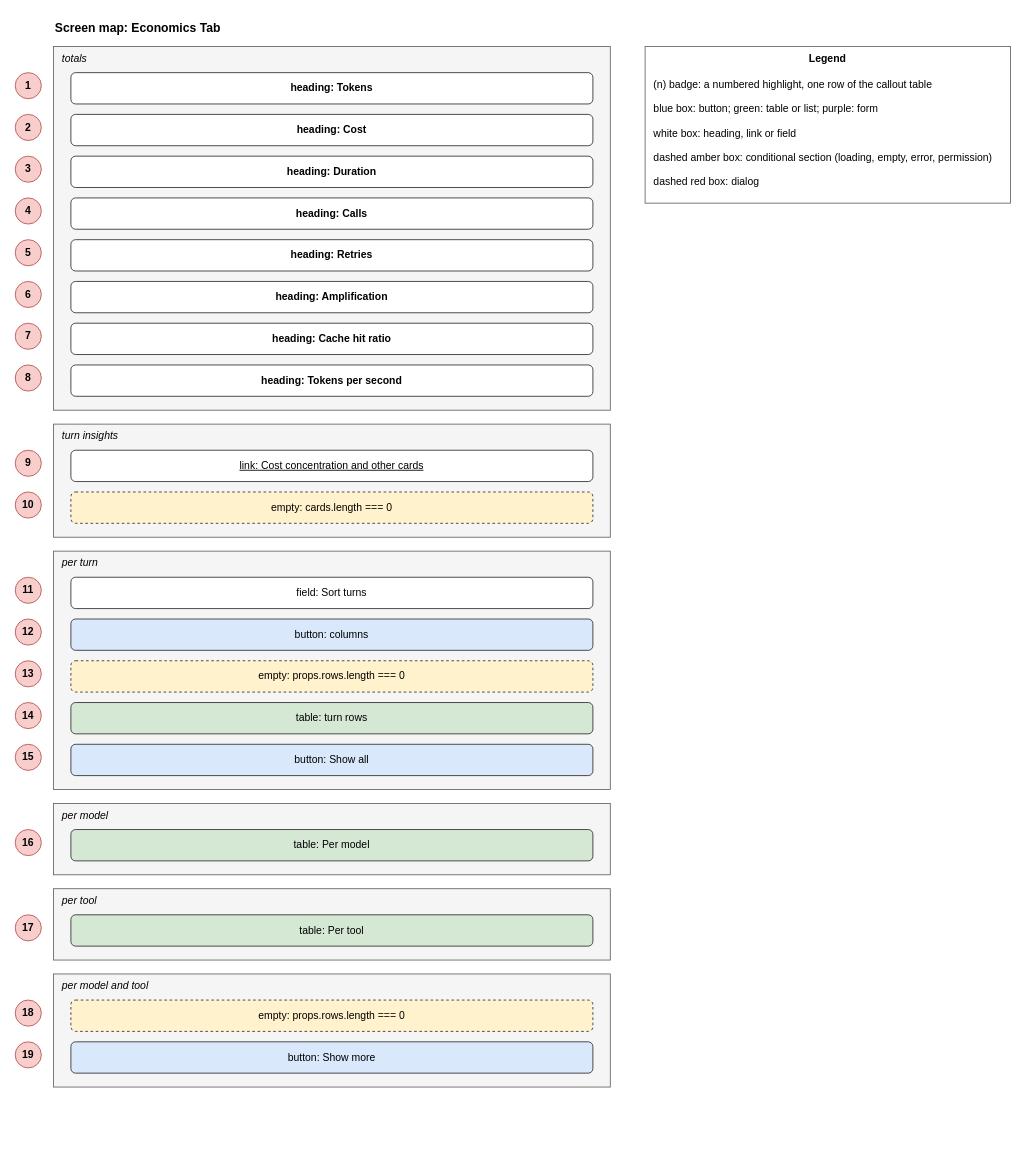
GeorgiNaydenov/LocalTokenomics keeps this draw.io diagram as docs/brain/architecture/drawio/drawio-screen-economics-tab.drawio. Above is the earlier version. Source tidied: cells renumbered, new cells numbered last; positions are measured from the earlier drawing's top-left corner, leaving out a move shared by most shapes. Both pictures are drawn from the tidied source at 87%, with x=0, y=0 at pixel (15, 15).
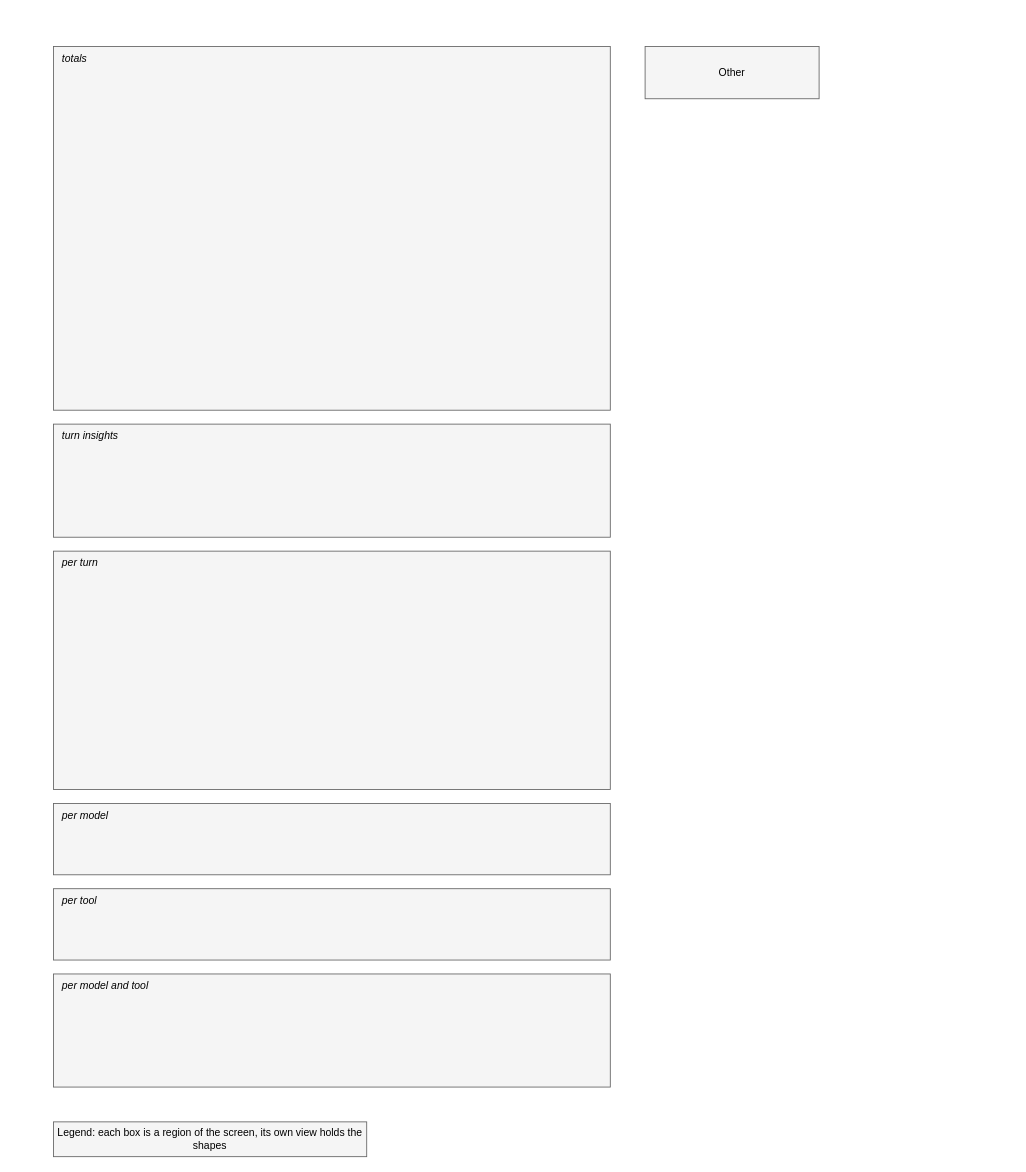
The same diagram, later.

Unchanged cells that the change refers to:
```xml
<mxCell id="3" value="totals" style="rounded=0;whiteSpace=wrap;html=0;fillColor=#f5f5f5;strokeColor=#666666;verticalAlign=top;align=left;spacingLeft=8;fontStyle=2;" parent="1" vertex="1">
  <mxGeometry x="44" y="36" width="640" height="418" as="geometry" />
</mxCell>
<mxCell id="20" value="turn insights" style="rounded=0;whiteSpace=wrap;html=0;fillColor=#f5f5f5;strokeColor=#666666;verticalAlign=top;align=left;spacingLeft=8;fontStyle=2;" parent="1" vertex="1">
  <mxGeometry x="44" y="470" width="640" height="130" as="geometry" />
</mxCell>
<mxCell id="25" value="per turn" style="rounded=0;whiteSpace=wrap;html=0;fillColor=#f5f5f5;strokeColor=#666666;verticalAlign=top;align=left;spacingLeft=8;fontStyle=2;" parent="1" vertex="1">
  <mxGeometry x="44" y="616" width="640" height="274" as="geometry" />
</mxCell>
<mxCell id="36" value="per model" style="rounded=0;whiteSpace=wrap;html=0;fillColor=#f5f5f5;strokeColor=#666666;verticalAlign=top;align=left;spacingLeft=8;fontStyle=2;" parent="1" vertex="1">
  <mxGeometry x="44" y="906" width="640" height="82" as="geometry" />
</mxCell>
<mxCell id="39" value="per tool" style="rounded=0;whiteSpace=wrap;html=0;fillColor=#f5f5f5;strokeColor=#666666;verticalAlign=top;align=left;spacingLeft=8;fontStyle=2;" parent="1" vertex="1">
  <mxGeometry x="44" y="1004" width="640" height="82" as="geometry" />
</mxCell>
<mxCell id="42" value="per model and tool" style="rounded=0;whiteSpace=wrap;html=0;fillColor=#f5f5f5;strokeColor=#666666;verticalAlign=top;align=left;spacingLeft=8;fontStyle=2;" parent="1" vertex="1">
  <mxGeometry x="44" y="1102" width="640" height="130" as="geometry" />
</mxCell>
```

What changed in the source:
```diff
@@
-    <mxCell id="2" value="Screen map: Economics Tab" style="text;html=0;fontStyle=1;fontSize=14;align=left;" parent="1" vertex="1">
-      <mxGeometry x="44" width="500" height="24" as="geometry" />
-    </mxCell>
@@
-    <mxCell id="4" value="heading: Tokens" style="rounded=1;whiteSpace=wrap;html=0;fillColor=#ffffff;strokeColor=#333333;fontStyle=1;" parent="3" vertex="1">
-      <mxGeometry x="20" y="30" width="600" height="36" as="geometry" />
-    </mxCell>
-    <mxCell id="5" value="1" style="ellipse;whiteSpace=wrap;html=0;fillColor=#f8cecc;strokeColor=#b85450;fontStyle=1;" parent="1" vertex="1">
-      <mxGeometry y="66" width="30" height="30" as="geometry" />
-    </mxCell>
-    <mxCell id="6" value="heading: Cost" style="rounded=1;whiteSpace=wrap;html=0;fillColor=#ffffff;strokeColor=#333333;fontStyle=1;" parent="3" vertex="1">
-      <mxGeometry x="20" y="78" width="600" height="36" as="geometry" />
-    </mxCell>
-    <mxCell id="7" value="2" style="ellipse;whiteSpace=wrap;html=0;fillColor=#f8cecc;strokeColor=#b85450;fontStyle=1;" parent="1" vertex="1">
-      <mxGeometry y="114" width="30" height="30" as="geometry" />
-    </mxCell>
-    <mxCell id="8" value="heading: Duration" style="rounded=1;whiteSpace=wrap;html=0;fillColor=#ffffff;strokeColor=#333333;fontStyle=1;" parent="3" vertex="1">
-      <mxGeometry x="20" y="126" width="600" height="36" as="geometry" />
-    </mxCell>
-    <mxCell id="9" value="3" style="ellipse;whiteSpace=wrap;html=0;fillColor=#f8cecc;strokeColor=#b85450;fontStyle=1;" parent="1" vertex="1">
-      <mxGeometry y="162" width="30" height="30" as="geometry" />
-    </mxCell>
-    <mxCell id="10" value="heading: Calls" style="rounded=1;whiteSpace=wrap;html=0;fillColor=#ffffff;strokeColor=#333333;fontStyle=1;" parent="3" vertex="1">
-      <mxGeometry x="20" y="174" width="600" height="36" as="geometry" />
-    </mxCell>
-    <mxCell id="11" value="4" style="ellipse;whiteSpace=wrap;html=0;fillColor=#f8cecc;strokeColor=#b85450;fontStyle=1;" parent="1" vertex="1">
-      <mxGeometry y="210" width="30" height="30" as="geometry" />
-    </mxCell>
-    <mxCell id="12" value="heading: Retries" style="rounded=1;whiteSpace=wrap;html=0;fillColor=#ffffff;strokeColor=#333333;fontStyle=1;" parent="3" vertex="1">
-      <mxGeometry x="20" y="222" width="600" height="36" as="geometry" />
-    </mxCell>
-    <mxCell id="13" value="5" style="ellipse;whiteSpace=wrap;html=0;fillColor=#f8cecc;strokeColor=#b85450;fontStyle=1;" parent="1" vertex="1">
-      <mxGeometry y="258" width="30" height="30" as="geometry" />
-    </mxCell>
-    <mxCell id="14" value="heading: Amplification" style="rounded=1;whiteSpace=wrap;html=0;fillColor=#ffffff;strokeColor=#333333;fontStyle=1;" parent="3" vertex="1">
-      <mxGeometry x="20" y="270" width="600" height="36" as="geometry" />
-    </mxCell>
-    <mxCell id="15" value="6" style="ellipse;whiteSpace=wrap;html=0;fillColor=#f8cecc;strokeColor=#b85450;fontStyle=1;" parent="1" vertex="1">
-      <mxGeometry y="306" width="30" height="30" as="geometry" />
-    </mxCell>
-    <mxCell id="16" value="heading: Cache hit ratio" style="rounded=1;whiteSpace=wrap;html=0;fillColor=#ffffff;strokeColor=#333333;fontStyle=1;" parent="3" vertex="1">
-      <mxGeometry x="20" y="318" width="600" height="36" as="geometry" />
-    </mxCell>
-    <mxCell id="17" value="7" style="ellipse;whiteSpace=wrap;html=0;fillColor=#f8cecc;strokeColor=#b85450;fontStyle=1;" parent="1" vertex="1">
-      <mxGeometry y="354" width="30" height="30" as="geometry" />
-    </mxCell>
-    <mxCell id="18" value="heading: Tokens per second" style="rounded=1;whiteSpace=wrap;html=0;fillColor=#ffffff;strokeColor=#333333;fontStyle=1;" parent="3" vertex="1">
-      <mxGeometry x="20" y="366" width="600" height="36" as="geometry" />
-    </mxCell>
-    <mxCell id="19" value="8" style="ellipse;whiteSpace=wrap;html=0;fillColor=#f8cecc;strokeColor=#b85450;fontStyle=1;" parent="1" vertex="1">
-      <mxGeometry y="402" width="30" height="30" as="geometry" />
-    </mxCell>
@@
-    <mxCell id="21" value="link: Cost concentration and other cards" style="rounded=1;whiteSpace=wrap;html=0;fillColor=#ffffff;strokeColor=#333333;fontStyle=4;" parent="20" vertex="1">
-      <mxGeometry x="20" y="30" width="600" height="36" as="geometry" />
-    </mxCell>
-    <mxCell id="22" value="9" style="ellipse;whiteSpace=wrap;html=0;fillColor=#f8cecc;strokeColor=#b85450;fontStyle=1;" parent="1" vertex="1">
-      <mxGeometry y="500" width="30" height="30" as="geometry" />
-    </mxCell>
-    <mxCell id="23" value="empty: cards.length === 0" style="rounded=1;whiteSpace=wrap;html=0;fillColor=#fff2cc;strokeColor=#333333;dashed=1;" parent="20" vertex="1">
-      <mxGeometry x="20" y="78" width="600" height="36" as="geometry" />
-    </mxCell>
-    <mxCell id="24" value="10" style="ellipse;whiteSpace=wrap;html=0;fillColor=#f8cecc;strokeColor=#b85450;fontStyle=1;" parent="1" vertex="1">
-      <mxGeometry y="548" width="30" height="30" as="geometry" />
-    </mxCell>
@@
-    <mxCell id="26" value="field: Sort turns" style="rounded=1;whiteSpace=wrap;html=0;fillColor=#ffffff;strokeColor=#333333;" parent="25" vertex="1">
-      <mxGeometry x="20" y="30" width="600" height="36" as="geometry" />
-    </mxCell>
-    <mxCell id="27" value="11" style="ellipse;whiteSpace=wrap;html=0;fillColor=#f8cecc;strokeColor=#b85450;fontStyle=1;" parent="1" vertex="1">
-      <mxGeometry y="646" width="30" height="30" as="geometry" />
-    </mxCell>
-    <mxCell id="28" value="button: columns" style="rounded=1;whiteSpace=wrap;html=0;fillColor=#dae8fc;strokeColor=#333333;" parent="25" vertex="1">
-      <mxGeometry x="20" y="78" width="600" height="36" as="geometry" />
-    </mxCell>
-    <mxCell id="29" value="12" style="ellipse;whiteSpace=wrap;html=0;fillColor=#f8cecc;strokeColor=#b85450;fontStyle=1;" parent="1" vertex="1">
-      <mxGeometry y="694" width="30" height="30" as="geometry" />
-    </mxCell>
-    <mxCell id="30" value="empty: props.rows.length === 0" style="rounded=1;whiteSpace=wrap;html=0;fillColor=#fff2cc;strokeColor=#333333;dashed=1;" parent="25" vertex="1">
-      <mxGeometry x="20" y="126" width="600" height="36" as="geometry" />
-    </mxCell>
-    <mxCell id="31" value="13" style="ellipse;whiteSpace=wrap;html=0;fillColor=#f8cecc;strokeColor=#b85450;fontStyle=1;" parent="1" vertex="1">
-      <mxGeometry y="742" width="30" height="30" as="geometry" />
-    </mxCell>
-    <mxCell id="32" value="table: turn rows" style="rounded=1;whiteSpace=wrap;html=0;fillColor=#d5e8d4;strokeColor=#333333;" parent="25" vertex="1">
-      <mxGeometry x="20" y="174" width="600" height="36" as="geometry" />
-    </mxCell>
-    <mxCell id="33" value="14" style="ellipse;whiteSpace=wrap;html=0;fillColor=#f8cecc;strokeColor=#b85450;fontStyle=1;" parent="1" vertex="1">
-      <mxGeometry y="790" width="30" height="30" as="geometry" />
-    </mxCell>
-    <mxCell id="34" value="button: Show all" style="rounded=1;whiteSpace=wrap;html=0;fillColor=#dae8fc;strokeColor=#333333;" parent="25" vertex="1">
-      <mxGeometry x="20" y="222" width="600" height="36" as="geometry" />
-    </mxCell>
-    <mxCell id="35" value="15" style="ellipse;whiteSpace=wrap;html=0;fillColor=#f8cecc;strokeColor=#b85450;fontStyle=1;" parent="1" vertex="1">
-      <mxGeometry y="838" width="30" height="30" as="geometry" />
-    </mxCell>
@@
-    <mxCell id="37" value="table: Per model" style="rounded=1;whiteSpace=wrap;html=0;fillColor=#d5e8d4;strokeColor=#333333;" parent="36" vertex="1">
-      <mxGeometry x="20" y="30" width="600" height="36" as="geometry" />
-    </mxCell>
-    <mxCell id="38" value="16" style="ellipse;whiteSpace=wrap;html=0;fillColor=#f8cecc;strokeColor=#b85450;fontStyle=1;" parent="1" vertex="1">
-      <mxGeometry y="936" width="30" height="30" as="geometry" />
-    </mxCell>
@@
-    <mxCell id="40" value="table: Per tool" style="rounded=1;whiteSpace=wrap;html=0;fillColor=#d5e8d4;strokeColor=#333333;" parent="39" vertex="1">
-      <mxGeometry x="20" y="30" width="600" height="36" as="geometry" />
-    </mxCell>
-    <mxCell id="41" value="17" style="ellipse;whiteSpace=wrap;html=0;fillColor=#f8cecc;strokeColor=#b85450;fontStyle=1;" parent="1" vertex="1">
-      <mxGeometry y="1034" width="30" height="30" as="geometry" />
-    </mxCell>
@@
-    <mxCell id="43" value="empty: props.rows.length === 0" style="rounded=1;whiteSpace=wrap;html=0;fillColor=#fff2cc;strokeColor=#333333;dashed=1;" parent="42" vertex="1">
-      <mxGeometry x="20" y="30" width="600" height="36" as="geometry" />
-    </mxCell>
-    <mxCell id="44" value="18" style="ellipse;whiteSpace=wrap;html=0;fillColor=#f8cecc;strokeColor=#b85450;fontStyle=1;" parent="1" vertex="1">
-      <mxGeometry y="1132" width="30" height="30" as="geometry" />
-    </mxCell>
-    <mxCell id="45" value="button: Show more" style="rounded=1;whiteSpace=wrap;html=0;fillColor=#dae8fc;strokeColor=#333333;" parent="42" vertex="1">
-      <mxGeometry x="20" y="78" width="600" height="36" as="geometry" />
-    </mxCell>
-    <mxCell id="46" value="19" style="ellipse;whiteSpace=wrap;html=0;fillColor=#f8cecc;strokeColor=#b85450;fontStyle=1;" parent="1" vertex="1">
-      <mxGeometry y="1180" width="30" height="30" as="geometry" />
-    </mxCell>
-    <mxCell id="47" value="Legend" style="rounded=0;whiteSpace=wrap;html=0;fillColor=#ffffff;strokeColor=#666666;verticalAlign=top;fontStyle=1;" parent="1" vertex="1">
-      <mxGeometry x="724" y="36" width="420" height="180" as="geometry" />
-    </mxCell>
-    <mxCell id="48" value="(n) badge: a numbered highlight, one row of the callout table" style="text;html=0;align=left;whiteSpace=wrap;" parent="47" vertex="1">
-      <mxGeometry x="8" y="30" width="400" height="24" as="geometry" />
-    </mxCell>
-    <mxCell id="49" value="blue box: button; green: table or list; purple: form" style="text;html=0;align=left;whiteSpace=wrap;" parent="47" vertex="1">
-      <mxGeometry x="8" y="58" width="400" height="24" as="geometry" />
-    </mxCell>
-    <mxCell id="50" value="white box: heading, link or field" style="text;html=0;align=left;whiteSpace=wrap;" parent="47" vertex="1">
-      <mxGeometry x="8" y="86" width="400" height="24" as="geometry" />
-    </mxCell>
-    <mxCell id="51" value="dashed amber box: conditional section (loading, empty, error, permission)" style="text;html=0;align=left;whiteSpace=wrap;" parent="47" vertex="1">
-      <mxGeometry x="8" y="114" width="400" height="24" as="geometry" />
-    </mxCell>
-    <mxCell id="52" value="dashed red box: dialog" style="text;html=0;align=left;whiteSpace=wrap;" parent="47" vertex="1">
-      <mxGeometry x="8" y="142" width="400" height="24" as="geometry" />
-    </mxCell>
+    <mxCell id="53" value="Other" style="rounded=0;whiteSpace=wrap;html=1;fillColor=#F5F5F5;strokeColor=#666666;fontColor=#000000;" parent="1" vertex="1">
+      <mxGeometry x="724" y="36" width="200" height="60" as="geometry" />
+    </mxCell>
+    <mxCell id="54" value="Legend: each box is a region of the screen, its own view holds the shapes" style="rounded=0;whiteSpace=wrap;html=1;fillColor=#F5F5F5;strokeColor=#666666;fontColor=#000000;" parent="1" vertex="1">
+      <mxGeometry x="44" y="1272" width="360" height="40" as="geometry" />
+    </mxCell>
```
